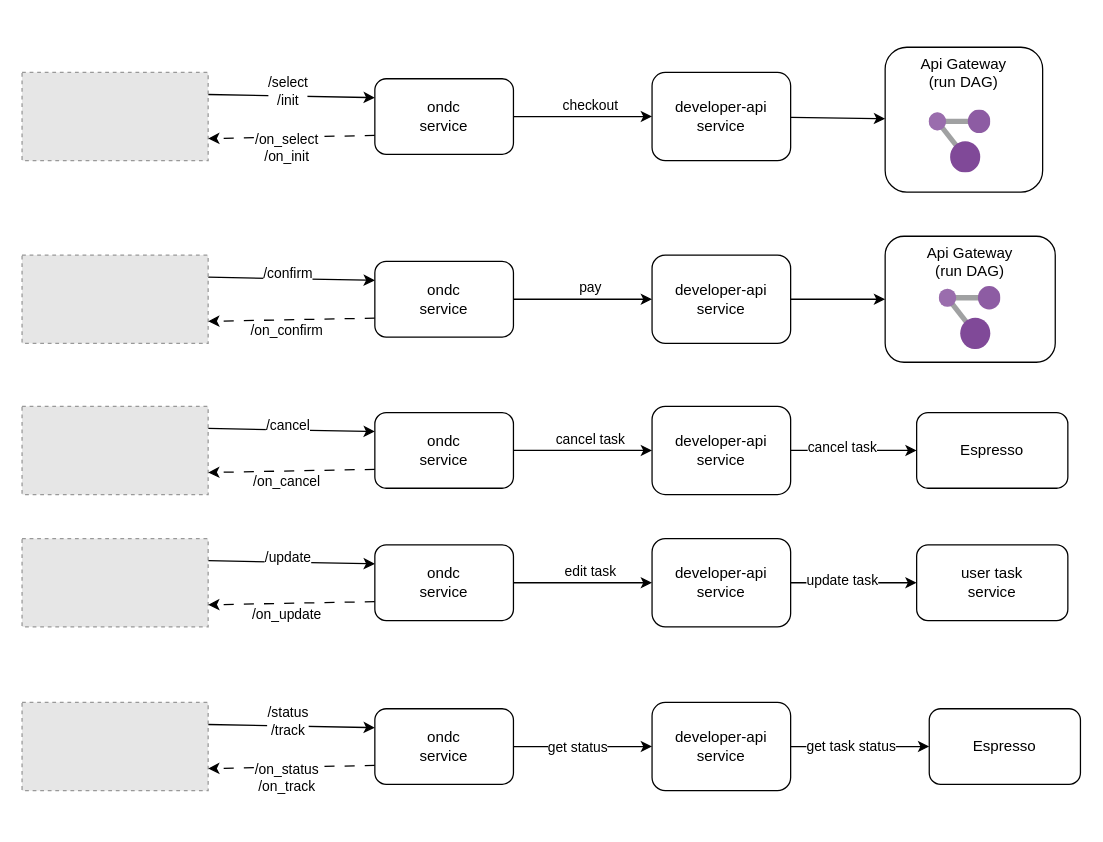
Above: ONDC_create_task.drawio in ankush1106/temp (draw.io), before the change. Source tidied: cells renumbered, new cells numbered last; positions are measured from the earlier drawing's top-left corner, leaving out a move shared by most shapes. Both pictures are drawn from the tidied source at 126%, with x=0, y=0 at pixel (21, 47). Pictures stored in the file or linked from it are replaced by grey dashed boxes.
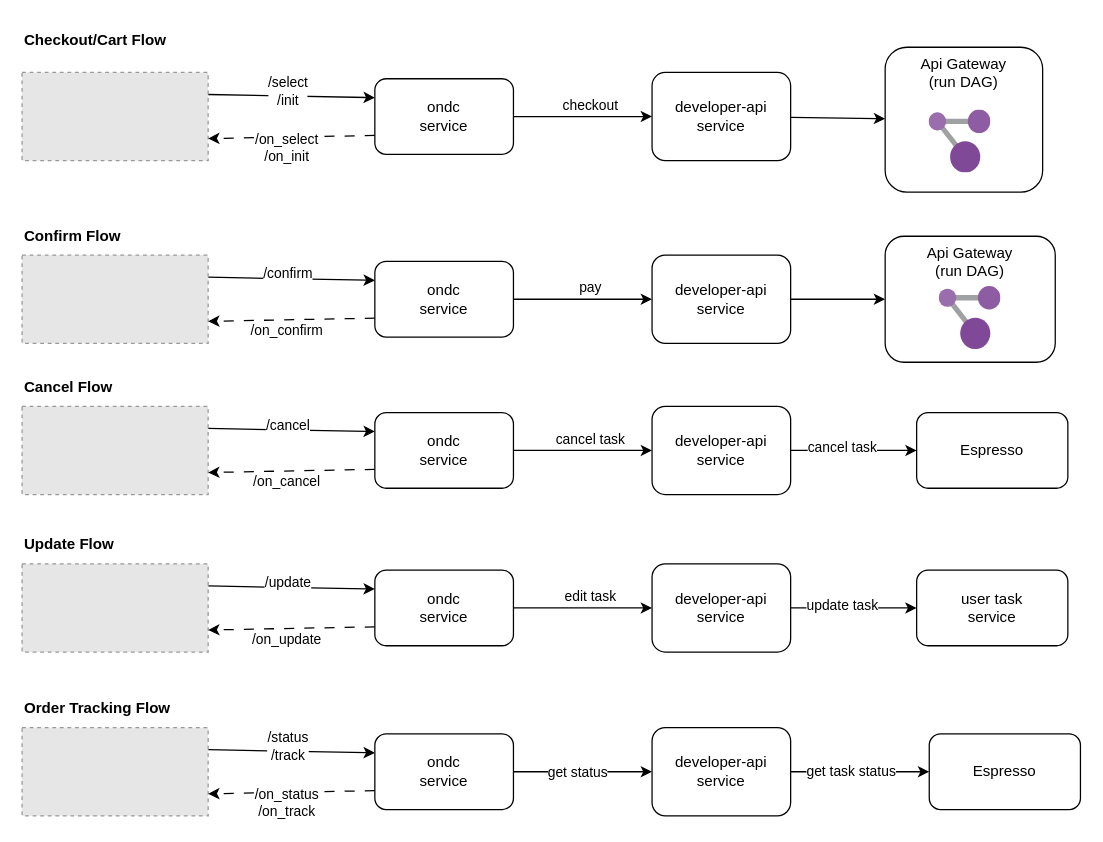
The same page after the edit.

Diff of the diagram source:
```diff
@@
     <mxCell id="26" style="fillColor=#E6E6E6;strokeColor=#999999;dashed=1;verticalLabelPosition=bottom;labelBackgroundColor=default;verticalAlign=top;" parent="1" vertex="1">
-      <mxGeometry y="520" width="147.7" height="70" as="geometry" />
+      <mxGeometry y="540" width="147.7" height="70" as="geometry" />
     </mxCell>
@@
     <mxCell id="30" value="ondc&lt;br&gt;service" style="rounded=1;whiteSpace=wrap;html=1;" parent="1" vertex="1">
-      <mxGeometry x="280" y="525" width="110" height="60" as="geometry" />
+      <mxGeometry x="280" y="545" width="110" height="60" as="geometry" />
     </mxCell>
@@
     <mxCell id="33" value="developer-api&lt;br&gt;service" style="rounded=1;whiteSpace=wrap;html=1;" parent="1" vertex="1">
-      <mxGeometry x="500" y="520" width="110" height="70" as="geometry" />
+      <mxGeometry x="500" y="540" width="110" height="70" as="geometry" />
     </mxCell>
     <mxCell id="34" value="Espresso" style="whiteSpace=wrap;html=1;rounded=1;" parent="1" vertex="1">
-      <mxGeometry x="720" y="525" width="120" height="60" as="geometry" />
+      <mxGeometry x="720" y="545" width="120" height="60" as="geometry" />
     </mxCell>
@@
     <mxCell id="48" style="fillColor=#E6E6E6;strokeColor=#999999;dashed=1;verticalLabelPosition=bottom;labelBackgroundColor=default;verticalAlign=top;" parent="1" vertex="1">
-      <mxGeometry y="390" width="147.7" height="70" as="geometry" />
+      <mxGeometry y="410" width="147.7" height="70" as="geometry" />
     </mxCell>
@@
     <mxCell id="52" value="ondc&lt;br&gt;service" style="rounded=1;whiteSpace=wrap;html=1;" parent="1" vertex="1">
-      <mxGeometry x="280" y="395" width="110" height="60" as="geometry" />
+      <mxGeometry x="280" y="415" width="110" height="60" as="geometry" />
     </mxCell>
@@
     <mxCell id="55" value="developer-api&lt;br&gt;service" style="rounded=1;whiteSpace=wrap;html=1;" parent="1" vertex="1">
-      <mxGeometry x="500" y="390" width="110" height="70" as="geometry" />
+      <mxGeometry x="500" y="410" width="110" height="70" as="geometry" />
     </mxCell>
     <mxCell id="56" value="user task&lt;br&gt;service" style="whiteSpace=wrap;html=1;rounded=1;" parent="1" vertex="1">
-      <mxGeometry x="710" y="395" width="120" height="60" as="geometry" />
+      <mxGeometry x="710" y="415" width="120" height="60" as="geometry" />
     </mxCell>
+    <mxCell id="57" value="&lt;b&gt;Checkout/Cart Flow&lt;/b&gt;" style="text;html=1;strokeColor=none;fillColor=none;align=left;verticalAlign=middle;whiteSpace=wrap;rounded=0;" parent="1" vertex="1">
+      <mxGeometry y="-20" width="120" height="30" as="geometry" />
+    </mxCell>
+    <mxCell id="58" value="&lt;b&gt;Confirm Flow&lt;/b&gt;" style="text;html=1;strokeColor=none;fillColor=none;align=left;verticalAlign=middle;whiteSpace=wrap;rounded=0;" parent="1" vertex="1">
+      <mxGeometry y="135" width="120" height="30" as="geometry" />
+    </mxCell>
+    <mxCell id="59" value="&lt;b&gt;Cancel Flow&lt;/b&gt;" style="text;html=1;strokeColor=none;fillColor=none;align=left;verticalAlign=middle;whiteSpace=wrap;rounded=0;" parent="1" vertex="1">
+      <mxGeometry y="255" width="120" height="30" as="geometry" />
+    </mxCell>
+    <mxCell id="60" value="&lt;b&gt;Update Flow&lt;/b&gt;" style="text;html=1;strokeColor=none;fillColor=none;align=left;verticalAlign=middle;whiteSpace=wrap;rounded=0;" parent="1" vertex="1">
+      <mxGeometry y="380" width="120" height="30" as="geometry" />
+    </mxCell>
+    <mxCell id="61" value="&lt;b&gt;Order Tracking Flow&lt;/b&gt;" style="text;html=1;strokeColor=none;fillColor=none;align=left;verticalAlign=middle;whiteSpace=wrap;rounded=0;" parent="1" vertex="1">
+      <mxGeometry y="510" width="120" height="30" as="geometry" />
+    </mxCell>
```
